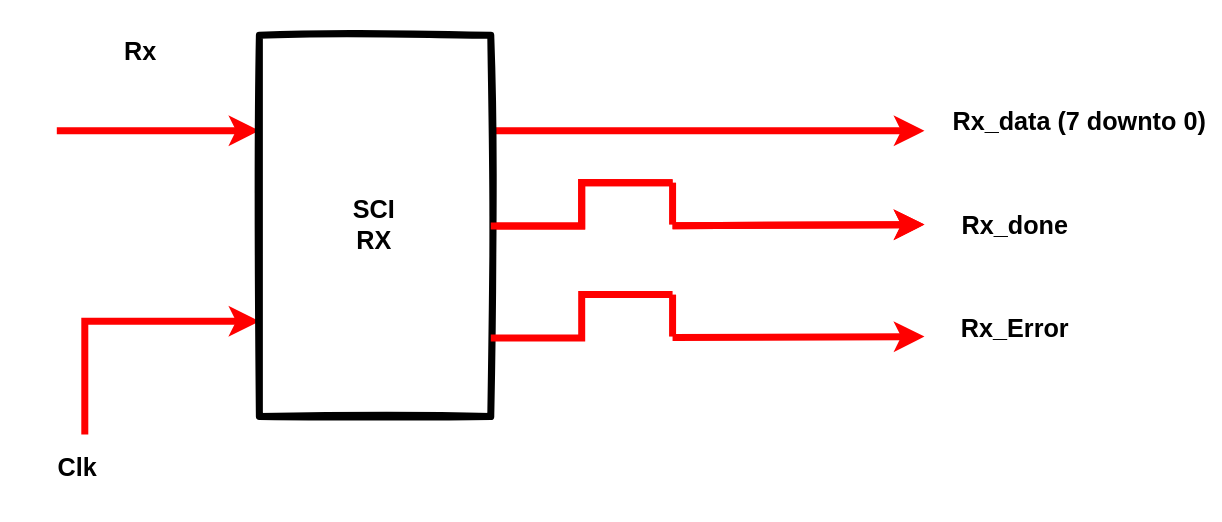
Earlier version of the draw.io export design/block_diagrams/sci_receiver/ReceiverBlockDiagram.drawio.svg (mubbie/es31-wordle). Source tidied: cells renumbered, new cells last; positions are measured from the earlier drawing's top-left corner, leaving out a move shared by most shapes. The source it was exported from:
```xml
<mxGraphModel>
  <root>
    <mxCell id="0" />
    <mxCell id="1" parent="0" />
    <mxCell id="2" style="edgeStyle=orthogonalEdgeStyle;rounded=0;jettySize=auto;html=1;exitX=0;exitY=0.75;exitDx=0;exitDy=0;fontSize=18;startArrow=classic;startFill=1;endArrow=none;endFill=0;strokeColor=#FF0000;strokeWidth=5;" parent="1" edge="1" source="6">
      <mxGeometry relative="1" as="geometry">
        <mxPoint x="60" y="310" as="targetPoint" />
      </mxGeometry>
    </mxCell>
    <mxCell id="3" style="edgeStyle=orthogonalEdgeStyle;rounded=0;jettySize=auto;html=1;exitX=0;exitY=0.25;exitDx=0;exitDy=0;strokeColor=#FF0000;strokeWidth=5;startArrow=classic;startFill=1;endArrow=none;endFill=0;" parent="1" edge="1" source="6">
      <mxGeometry relative="1" as="geometry">
        <mxPoint x="40" y="93" as="targetPoint" />
      </mxGeometry>
    </mxCell>
    <mxCell id="4" style="edgeStyle=orthogonalEdgeStyle;rounded=0;jettySize=auto;html=1;exitX=1;exitY=0.25;exitDx=0;exitDy=0;startArrow=none;startFill=0;endArrow=classic;endFill=1;strokeColor=#FF0000;strokeWidth=5;" parent="1" edge="1" source="6">
      <mxGeometry relative="1" as="geometry">
        <mxPoint x="660" y="93" as="targetPoint" />
      </mxGeometry>
    </mxCell>
    <mxCell id="5" style="edgeStyle=orthogonalEdgeStyle;rounded=0;jettySize=auto;html=1;exitX=1;exitY=0.5;exitDx=0;exitDy=0;startArrow=none;startFill=0;endArrow=none;endFill=0;strokeColor=#FF0000;strokeWidth=5;" parent="1" edge="1" source="6">
      <mxGeometry relative="1" as="geometry">
        <mxPoint x="480" y="130" as="targetPoint" />
        <Array as="points">
          <mxPoint x="415" y="161" />
          <mxPoint x="415" y="130" />
        </Array>
      </mxGeometry>
    </mxCell>
    <mxCell id="6" style="rounded=0;whiteSpace=wrap;html=1;strokeWidth=5;sketch=1;fillColor=none;" parent="1" vertex="1">
      <mxGeometry x="184.7" y="24.8" width="165.3" height="272.4" as="geometry" />
    </mxCell>
    <mxCell id="7" value="&lt;b style=&quot;font-size: 18px;&quot;&gt;SCI&lt;br&gt;RX&lt;/b&gt;" style="text;html=1;strokeColor=none;fillColor=none;align=center;verticalAlign=middle;whiteSpace=wrap;rounded=0;sketch=1;" parent="1" vertex="1">
      <mxGeometry x="212.3" y="123.8" width="110.2" height="74.3" as="geometry" />
    </mxCell>
    <mxCell id="8" value="&lt;span style=&quot;font-size: 18px;&quot;&gt;&lt;b&gt;Rx&lt;/b&gt;&lt;/span&gt;" style="text;html=1;strokeColor=none;fillColor=none;align=center;verticalAlign=middle;whiteSpace=wrap;rounded=0;sketch=1;" parent="1" vertex="1">
      <mxGeometry x="45.1" width="110.2" height="74.3" as="geometry" />
    </mxCell>
    <mxCell id="9" style="edgeStyle=none;rounded=0;orthogonalLoop=1;jettySize=auto;html=1;startArrow=classic;startFill=1;endArrow=none;endFill=0;strokeColor=#FF0000;strokeWidth=5;" parent="1" edge="1">
      <mxGeometry relative="1" as="geometry">
        <mxPoint x="660" y="160" as="sourcePoint" />
        <mxPoint x="480" y="160.8" as="targetPoint" />
      </mxGeometry>
    </mxCell>
    <mxCell id="10" value="&lt;span style=&quot;font-size: 18px;&quot;&gt;&lt;b&gt;Rx_done&lt;/b&gt;&lt;/span&gt;" style="text;html=1;strokeColor=none;fillColor=none;align=center;verticalAlign=middle;whiteSpace=wrap;rounded=0;sketch=1;" parent="1" vertex="1">
      <mxGeometry x="669.8" y="123.8" width="110.2" height="74.3" as="geometry" />
    </mxCell>
    <mxCell id="11" value="&lt;span style=&quot;font-size: 18px;&quot;&gt;&lt;b&gt;Rx_data (7 downto 0)&lt;/b&gt;&lt;/span&gt;" style="text;html=1;strokeColor=none;fillColor=none;align=center;verticalAlign=middle;whiteSpace=wrap;rounded=0;sketch=1;" parent="1" vertex="1">
      <mxGeometry x="669.8" y="49.5" width="202.2" height="74.3" as="geometry" />
    </mxCell>
    <mxCell id="12" value="&lt;span style=&quot;font-size: 18px;&quot;&gt;&lt;b&gt;Clk&lt;/b&gt;&lt;/span&gt;" style="text;html=1;strokeColor=none;fillColor=none;align=center;verticalAlign=middle;whiteSpace=wrap;rounded=0;sketch=1;" parent="1" vertex="1">
      <mxGeometry y="297.1" width="110.2" height="74.3" as="geometry" />
    </mxCell>
    <mxCell id="13" value="&lt;span style=&quot;font-size: 18px;&quot;&gt;&lt;b&gt;Rx_Error&lt;/b&gt;&lt;/span&gt;" style="text;html=1;strokeColor=none;fillColor=none;align=center;verticalAlign=middle;whiteSpace=wrap;rounded=0;sketch=1;" parent="1" vertex="1">
      <mxGeometry x="669.8" y="198.1" width="110.2" height="74.3" as="geometry" />
    </mxCell>
    <mxCell id="14" style="endArrow=none;html=1;rounded=0;strokeColor=#FF0000;strokeWidth=5;" parent="1" edge="1">
      <mxGeometry relative="1" as="geometry">
        <mxPoint x="480" y="160" as="sourcePoint" />
        <mxPoint x="480" y="130" as="targetPoint" />
      </mxGeometry>
    </mxCell>
    <mxCell id="15" style="edgeStyle=none;rounded=0;orthogonalLoop=1;jettySize=auto;html=1;startArrow=classic;startFill=1;endArrow=none;endFill=0;strokeColor=#FF0000;strokeWidth=5;" parent="1" edge="1">
      <mxGeometry relative="1" as="geometry">
        <mxPoint x="660" y="160" as="sourcePoint" />
        <mxPoint x="480" y="160.8" as="targetPoint" />
      </mxGeometry>
    </mxCell>
    <mxCell id="16" style="edgeStyle=orthogonalEdgeStyle;rounded=0;orthogonalLoop=1;jettySize=auto;html=1;exitX=1;exitY=0.5;exitDx=0;exitDy=0;startArrow=none;startFill=0;endArrow=none;endFill=0;strokeColor=#FF0000;strokeWidth=5;" parent="1" edge="1">
      <mxGeometry relative="1" as="geometry">
        <mxPoint x="350.1" y="161" as="sourcePoint" />
        <mxPoint x="480" y="130" as="targetPoint" />
        <Array as="points">
          <mxPoint x="415" y="161" />
          <mxPoint x="415" y="130" />
        </Array>
      </mxGeometry>
    </mxCell>
    <mxCell id="17" style="edgeStyle=none;rounded=0;orthogonalLoop=1;jettySize=auto;html=1;startArrow=classic;startFill=1;endArrow=none;endFill=0;strokeColor=#FF0000;strokeWidth=5;" parent="1" edge="1">
      <mxGeometry relative="1" as="geometry">
        <mxPoint x="660" y="240" as="sourcePoint" />
        <mxPoint x="480" y="240.8" as="targetPoint" />
      </mxGeometry>
    </mxCell>
    <mxCell id="18" style="edgeStyle=orthogonalEdgeStyle;rounded=0;orthogonalLoop=1;jettySize=auto;html=1;exitX=1;exitY=0.5;exitDx=0;exitDy=0;startArrow=none;startFill=0;endArrow=none;endFill=0;strokeColor=#FF0000;strokeWidth=5;" parent="1" edge="1">
      <mxGeometry relative="1" as="geometry">
        <mxPoint x="350.1" y="241" as="sourcePoint" />
        <mxPoint x="480" y="210" as="targetPoint" />
        <Array as="points">
          <mxPoint x="415" y="241" />
          <mxPoint x="415" y="210" />
        </Array>
      </mxGeometry>
    </mxCell>
    <mxCell id="19" style="endArrow=none;html=1;rounded=0;strokeColor=#FF0000;strokeWidth=5;" parent="1" edge="1">
      <mxGeometry relative="1" as="geometry">
        <mxPoint x="480" y="240" as="sourcePoint" />
        <mxPoint x="480" y="210" as="targetPoint" />
      </mxGeometry>
    </mxCell>
  </root>
</mxGraphModel>
```
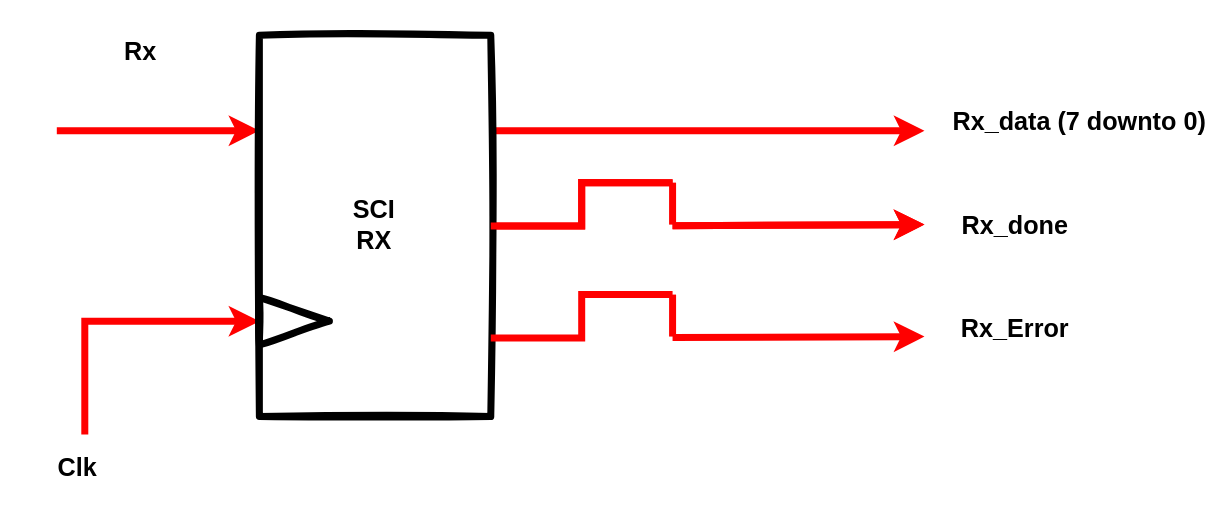
The same file after the commit.

What changed in the source:
```diff
@@ -97,5 +97,8 @@
         <mxPoint x="480" y="210" as="targetPoint" />
       </mxGeometry>
     </mxCell>
+    <mxCell id="20" style="triangle;whiteSpace=wrap;html=1;fillColor=none;strokeWidth=5;strokeColor=#000000;sketch=1;" parent="1" vertex="1">
+      <mxGeometry x="184.7" y="212" width="50" height="34" as="geometry" />
+    </mxCell>
   </root>
 </mxGraphModel>
```
